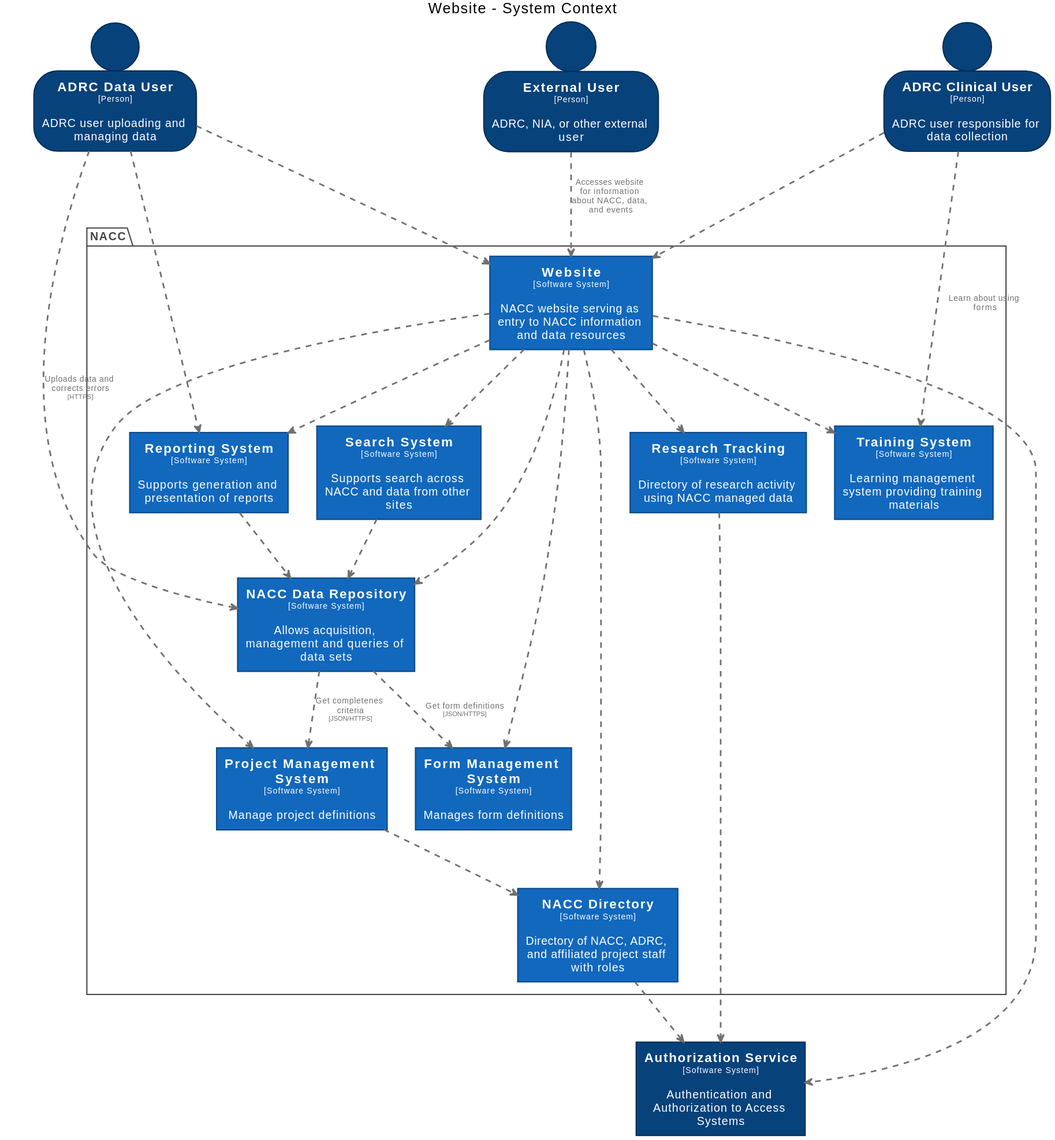
The PlantUML diagram docs/images/structurizr-WebsiteContext.svg in naccdata/system-design, before a commit.
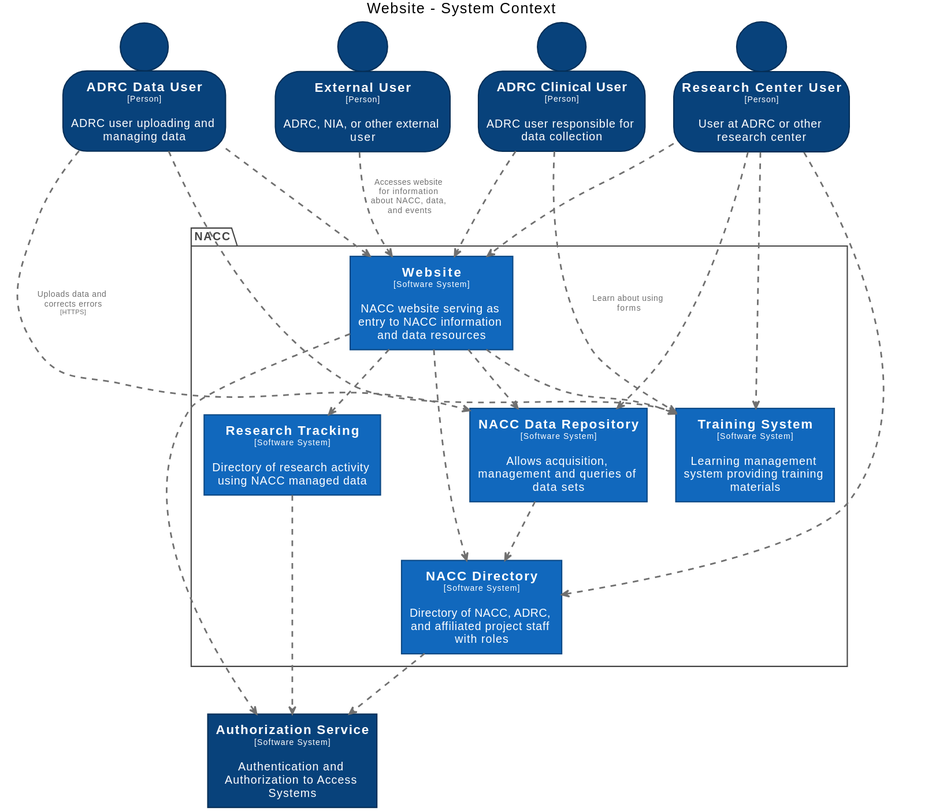
The same diagram one commit later.

Change to the diagram source:
```diff
@@ -33,11 +33,6 @@
   FontColor #ffffff
   BorderColor #052e56
 }
-skinparam rectangle<<FormManagementSystem>> {
-  BackgroundColor #1168bd
-  FontColor #ffffff
-  BorderColor #0b4884
-}
 skinparam rectangle<<NACCDataRepository>> {
   BackgroundColor #1168bd
   FontColor #ffffff
@@ -48,22 +43,12 @@
   FontColor #ffffff
   BorderColor #0b4884
 }
-skinparam rectangle<<ProjectManagementSystem>> {
-  BackgroundColor #1168bd
+skinparam person<<ResearchCenterUser>> {
+  BackgroundColor #08427b
   FontColor #ffffff
-  BorderColor #0b4884
-}
-skinparam rectangle<<ReportingSystem>> {
-  BackgroundColor #1168bd
-  FontColor #ffffff
-  BorderColor #0b4884
+  BorderColor #052e56
 }
 skinparam rectangle<<ResearchTracking>> {
-  BackgroundColor #1168bd
-  FontColor #ffffff
-  BorderColor #0b4884
-}
-skinparam rectangle<<SearchSystem>> {
   BackgroundColor #1168bd
   FontColor #ffffff
   BorderColor #0b4884
@@ -83,12 +68,8 @@
   skinparam PackageBorderColor<<enterprise>> #444444
   skinparam PackageFontColor<<enterprise>> #444444
 
-  rectangle "==Project Management System\n<size:10>[Software System]</size>\n\nManage project definitions" <<ProjectManagementSystem>> as ProjectManagementSystem
+  rectangle "==NACC Directory\n<size:10>[Software System]</size>\n\nDirectory of NACC, ADRC, and affiliated project staff with roles" <<NACCDirectory>> as NACCDirectory
   rectangle "==NACC Data Repository\n<size:10>[Software System]</size>\n\nAllows acquisition, management and queries of data sets" <<NACCDataRepository>> as NACCDataRepository
-  rectangle "==NACC Directory\n<size:10>[Software System]</size>\n\nDirectory of NACC, ADRC, and affiliated project staff with roles" <<NACCDirectory>> as NACCDirectory
-  rectangle "==Search System\n<size:10>[Software System]</size>\n\nSupports search across NACC and data from other sites" <<SearchSystem>> as SearchSystem
-  rectangle "==Form Management System\n<size:10>[Software System]</size>\n\nManages form definitions" <<FormManagementSystem>> as FormManagementSystem
-  rectangle "==Reporting System\n<size:10>[Software System]</size>\n\nSupports generation and presentation of reports" <<ReportingSystem>> as ReportingSystem
   rectangle "==Research Tracking\n<size:10>[Software System]</size>\n\nDirectory of research activity using NACC managed data" <<ResearchTracking>> as ResearchTracking
   rectangle "==Training System\n<size:10>[Software System]</size>\n\nLearning management system providing training materials" <<TrainingSystem>> as TrainingSystem
   rectangle "==Website\n<size:10>[Software System]</size>\n\nNACC website serving as entry to NACC information and data resources" <<Website>> as Website
@@ -96,29 +77,26 @@
 
 rectangle "==Authorization Service\n<size:10>[Software System]</size>\n\nAuthentication and Authorization to Access Systems" <<AuthorizationService>> as AuthorizationService
 person "==External User\n<size:10>[Person]</size>\n\nADRC, NIA, or other external user" <<ExternalUser>> as ExternalUser
+person "==Research Center User\n<size:10>[Person]</size>\n\nUser at ADRC or other research center" <<ResearchCenterUser>> as ResearchCenterUser
 person "==ADRC Data User\n<size:10>[Person]</size>\n\nADRC user uploading and managing data" <<ADRCDataUser>> as ADRCDataUser
 person "==ADRC Clinical User\n<size:10>[Person]</size>\n\nADRC user responsible for data collection" <<ADRCClinicalUser>> as ADRCClinicalUser
 
-Website .[#707070,thickness=2].> ResearchTracking : "<color:#707070>"
-Website .[#707070,thickness=2].> ReportingSystem : "<color:#707070>"
-Website .[#707070,thickness=2].> SearchSystem : "<color:#707070>"
 Website .[#707070,thickness=2].> NACCDataRepository : "<color:#707070>"
-Website .[#707070,thickness=2].> ProjectManagementSystem : "<color:#707070>"
-Website .[#707070,thickness=2].> FormManagementSystem : "<color:#707070>"
 Website .[#707070,thickness=2].> NACCDirectory : "<color:#707070>"
 ExternalUser .[#707070,thickness=2].> Website : "<color:#707070>Accesses website for information about NACC, data, and events"
+ResearchCenterUser .[#707070,thickness=2].> Website : "<color:#707070>"
+ResearchCenterUser .[#707070,thickness=2].> NACCDirectory : "<color:#707070>"
+ResearchCenterUser .[#707070,thickness=2].> NACCDataRepository : "<color:#707070>"
+ResearchCenterUser .[#707070,thickness=2].> TrainingSystem : "<color:#707070>"
 ADRCDataUser .[#707070,thickness=2].> NACCDataRepository : "<color:#707070>Uploads data and corrects errors\n<color:#707070><size:8>[HTTPS]</size>"
 ADRCDataUser .[#707070,thickness=2].> Website : "<color:#707070>"
-ADRCDataUser .[#707070,thickness=2].> ReportingSystem : "<color:#707070>"
-ProjectManagementSystem .[#707070,thickness=2].> NACCDirectory : "<color:#707070>"
+ADRCDataUser .[#707070,thickness=2].> TrainingSystem : "<color:#707070>"
 ADRCClinicalUser .[#707070,thickness=2].> TrainingSystem : "<color:#707070>Learn about using forms"
 ADRCClinicalUser .[#707070,thickness=2].> Website : "<color:#707070>"
-NACCDataRepository .[#707070,thickness=2].> FormManagementSystem : "<color:#707070>Get form definitions\n<color:#707070><size:8>[JSON/HTTPS]</size>"
-NACCDataRepository .[#707070,thickness=2].> ProjectManagementSystem : "<color:#707070>Get completenes criteria\n<color:#707070><size:8>[JSON/HTTPS]</size>"
+NACCDataRepository .[#707070,thickness=2].> NACCDirectory : "<color:#707070>"
 NACCDirectory .[#707070,thickness=2].> AuthorizationService : "<color:#707070>"
-SearchSystem .[#707070,thickness=2].> NACCDataRepository : "<color:#707070>"
-ReportingSystem .[#707070,thickness=2].> NACCDataRepository : "<color:#707070>"
 ResearchTracking .[#707070,thickness=2].> AuthorizationService : "<color:#707070>"
 Website .[#707070,thickness=2].> AuthorizationService : "<color:#707070>"
 Website .[#707070,thickness=2].> TrainingSystem : "<color:#707070>"
+Website .[#707070,thickness=2].> ResearchTracking : "<color:#707070>"
 @enduml
```
